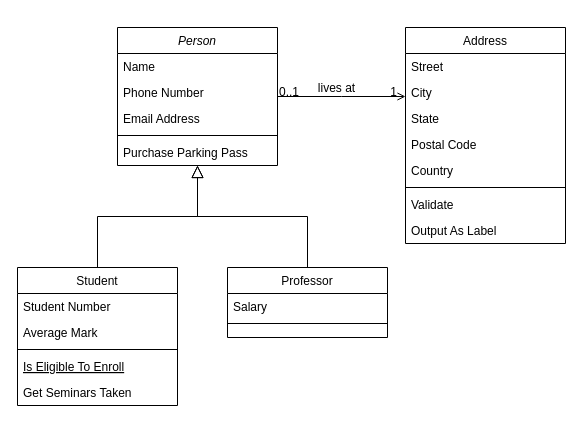
Before: mmo_rpg_site.drawio in Scykorr/mmorpg_site, a draw.io diagram. Source tidied: cells renumbered, new cells numbered last; positions are measured from the earlier drawing's top-left corner, leaving out a move shared by most shapes. Both pictures are drawn from the tidied source at 100%, with x=0, y=0 at pixel (17, 27).
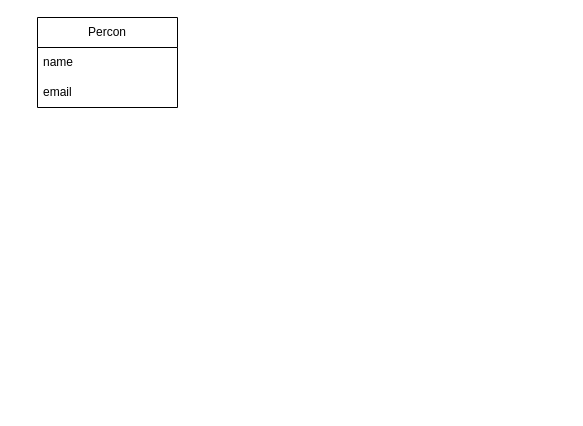
Above is the later version.

Change to the diagram source:
```diff
@@
-    <mxCell id="2" value="Person" style="swimlane;fontStyle=2;align=center;verticalAlign=top;horizontal=1;startSize=26;rounded=0;shadow=0;strokeWidth=1;" parent="1" vertex="1">
-      <mxGeometry x="100" width="160" height="138" as="geometry" />
-    </mxCell>
-    <mxCell id="3" value="Name" style="text;align=left;verticalAlign=top;spacingLeft=4;spacingRight=4;overflow=hidden;" parent="2" vertex="1">
-      <mxGeometry y="26" width="160" height="26" as="geometry" />
-    </mxCell>
-    <mxCell id="4" value="Phone Number" style="text;align=left;verticalAlign=top;spacingLeft=4;spacingRight=4;overflow=hidden;rounded=0;shadow=0;html=0;" parent="2" vertex="1">
-      <mxGeometry y="52" width="160" height="26" as="geometry" />
-    </mxCell>
-    <mxCell id="5" value="Email Address" style="text;align=left;verticalAlign=top;spacingLeft=4;spacingRight=4;overflow=hidden;rounded=0;shadow=0;html=0;" parent="2" vertex="1">
-      <mxGeometry y="78" width="160" height="26" as="geometry" />
-    </mxCell>
-    <mxCell id="6" style="line;html=1;strokeWidth=1;align=left;verticalAlign=middle;spacingTop=-1;spacingLeft=3;spacingRight=3;labelPosition=right;" parent="2" vertex="1">
-      <mxGeometry y="104" width="160" height="8" as="geometry" />
-    </mxCell>
-    <mxCell id="7" value="Purchase Parking Pass" style="text;align=left;verticalAlign=top;spacingLeft=4;spacingRight=4;overflow=hidden;" parent="2" vertex="1">
-      <mxGeometry y="112" width="160" height="26" as="geometry" />
-    </mxCell>
-    <mxCell id="8" value="Student" style="swimlane;fontStyle=0;align=center;verticalAlign=top;horizontal=1;startSize=26;rounded=0;shadow=0;strokeWidth=1;" parent="1" vertex="1">
-      <mxGeometry y="240" width="160" height="138" as="geometry" />
-    </mxCell>
-    <mxCell id="9" value="Student Number" style="text;align=left;verticalAlign=top;spacingLeft=4;spacingRight=4;overflow=hidden;" parent="8" vertex="1">
-      <mxGeometry y="26" width="160" height="26" as="geometry" />
-    </mxCell>
-    <mxCell id="10" value="Average Mark" style="text;align=left;verticalAlign=top;spacingLeft=4;spacingRight=4;overflow=hidden;rounded=0;shadow=0;html=0;" parent="8" vertex="1">
-      <mxGeometry y="52" width="160" height="26" as="geometry" />
-    </mxCell>
-    <mxCell id="11" style="line;html=1;strokeWidth=1;align=left;verticalAlign=middle;spacingTop=-1;spacingLeft=3;spacingRight=3;labelPosition=right;" parent="8" vertex="1">
-      <mxGeometry y="78" width="160" height="8" as="geometry" />
-    </mxCell>
-    <mxCell id="12" value="Is Eligible To Enroll" style="text;align=left;verticalAlign=top;spacingLeft=4;spacingRight=4;overflow=hidden;fontStyle=4;" parent="8" vertex="1">
-      <mxGeometry y="86" width="160" height="26" as="geometry" />
-    </mxCell>
-    <mxCell id="13" value="Get Seminars Taken" style="text;align=left;verticalAlign=top;spacingLeft=4;spacingRight=4;overflow=hidden;" parent="8" vertex="1">
-      <mxGeometry y="112" width="160" height="26" as="geometry" />
-    </mxCell>
-    <mxCell id="14" style="endArrow=block;endSize=10;endFill=0;shadow=0;strokeWidth=1;rounded=0;edgeStyle=elbowEdgeStyle;elbow=vertical;" parent="1" edge="1" source="8" target="2">
-      <mxGeometry relative="1" as="geometry" />
-    </mxCell>
-    <mxCell id="15" value="Professor" style="swimlane;fontStyle=0;align=center;verticalAlign=top;horizontal=1;startSize=26;rounded=0;shadow=0;strokeWidth=1;" parent="1" vertex="1">
-      <mxGeometry x="210" y="240" width="160" height="70" as="geometry" />
-    </mxCell>
-    <mxCell id="16" value="Salary" style="text;align=left;verticalAlign=top;spacingLeft=4;spacingRight=4;overflow=hidden;" parent="15" vertex="1">
-      <mxGeometry y="26" width="160" height="26" as="geometry" />
-    </mxCell>
-    <mxCell id="17" style="line;html=1;strokeWidth=1;align=left;verticalAlign=middle;spacingTop=-1;spacingLeft=3;spacingRight=3;labelPosition=right;" parent="15" vertex="1">
-      <mxGeometry y="52" width="160" height="8" as="geometry" />
-    </mxCell>
-    <mxCell id="18" style="endArrow=block;endSize=10;endFill=0;shadow=0;strokeWidth=1;rounded=0;edgeStyle=elbowEdgeStyle;elbow=vertical;" parent="1" edge="1" source="15" target="2">
-      <mxGeometry relative="1" as="geometry" />
-    </mxCell>
-    <mxCell id="19" value="Address" style="swimlane;fontStyle=0;align=center;verticalAlign=top;horizontal=1;startSize=26;rounded=0;shadow=0;strokeWidth=1;" parent="1" vertex="1">
-      <mxGeometry x="388" width="160" height="216" as="geometry" />
-    </mxCell>
-    <mxCell id="20" value="Street" style="text;align=left;verticalAlign=top;spacingLeft=4;spacingRight=4;overflow=hidden;" parent="19" vertex="1">
-      <mxGeometry y="26" width="160" height="26" as="geometry" />
-    </mxCell>
-    <mxCell id="21" value="City" style="text;align=left;verticalAlign=top;spacingLeft=4;spacingRight=4;overflow=hidden;rounded=0;shadow=0;html=0;" parent="19" vertex="1">
-      <mxGeometry y="52" width="160" height="26" as="geometry" />
-    </mxCell>
-    <mxCell id="22" value="State" style="text;align=left;verticalAlign=top;spacingLeft=4;spacingRight=4;overflow=hidden;rounded=0;shadow=0;html=0;" parent="19" vertex="1">
-      <mxGeometry y="78" width="160" height="26" as="geometry" />
-    </mxCell>
-    <mxCell id="23" value="Postal Code" style="text;align=left;verticalAlign=top;spacingLeft=4;spacingRight=4;overflow=hidden;rounded=0;shadow=0;html=0;" parent="19" vertex="1">
-      <mxGeometry y="104" width="160" height="26" as="geometry" />
-    </mxCell>
-    <mxCell id="24" value="Country" style="text;align=left;verticalAlign=top;spacingLeft=4;spacingRight=4;overflow=hidden;rounded=0;shadow=0;html=0;" parent="19" vertex="1">
-      <mxGeometry y="130" width="160" height="26" as="geometry" />
-    </mxCell>
-    <mxCell id="25" style="line;html=1;strokeWidth=1;align=left;verticalAlign=middle;spacingTop=-1;spacingLeft=3;spacingRight=3;labelPosition=right;" parent="19" vertex="1">
-      <mxGeometry y="156" width="160" height="8" as="geometry" />
-    </mxCell>
-    <mxCell id="26" value="Validate" style="text;align=left;verticalAlign=top;spacingLeft=4;spacingRight=4;overflow=hidden;" parent="19" vertex="1">
-      <mxGeometry y="164" width="160" height="26" as="geometry" />
-    </mxCell>
-    <mxCell id="27" value="Output As Label" style="text;align=left;verticalAlign=top;spacingLeft=4;spacingRight=4;overflow=hidden;" parent="19" vertex="1">
-      <mxGeometry y="190" width="160" height="26" as="geometry" />
-    </mxCell>
-    <mxCell id="28" style="endArrow=open;shadow=0;strokeWidth=1;rounded=0;endFill=1;edgeStyle=elbowEdgeStyle;elbow=vertical;" parent="1" edge="1" source="2" target="19">
-      <mxGeometry x="0.5" y="41" relative="1" as="geometry">
-        <mxPoint x="-40" y="32" as="offset" />
-      </mxGeometry>
-    </mxCell>
-    <mxCell id="29" value="0..1" style="align=left;verticalAlign=bottom;labelBackgroundColor=none;fontSize=12;" parent="28" vertex="1">
-      <mxGeometry x="-1" relative="1" as="geometry">
-        <mxPoint y="4" as="offset" />
-      </mxGeometry>
-    </mxCell>
-    <mxCell id="30" value="1" style="align=right;verticalAlign=bottom;labelBackgroundColor=none;fontSize=12;" parent="28" vertex="1">
-      <mxGeometry x="1" relative="1" as="geometry">
-        <mxPoint x="-7" y="4" as="offset" />
-      </mxGeometry>
-    </mxCell>
-    <mxCell id="31" value="lives at" style="text;html=1;align=center;verticalAlign=middle;labelBackgroundColor=none;rounded=0;shadow=0;strokeWidth=1;fontSize=12;" parent="28" vertex="1">
-      <mxGeometry x="0.5" y="49" relative="1" as="geometry">
-        <mxPoint x="-38" y="40" as="offset" />
-      </mxGeometry>
-    </mxCell>
+    <mxCell id="32" value="Percon" style="swimlane;fontStyle=0;horizontal=1;startSize=30;whiteSpace=wrap;html=1;" parent="1" vertex="1">
+      <mxGeometry x="20" y="-10" width="140" height="90" as="geometry" />
+    </mxCell>
+    <mxCell id="33" value="name" style="text;strokeColor=none;fillColor=none;align=left;verticalAlign=middle;spacingLeft=4;spacingRight=4;overflow=hidden;whiteSpace=wrap;html=1;" parent="32" vertex="1">
+      <mxGeometry y="30" width="140" height="30" as="geometry" />
+    </mxCell>
+    <mxCell id="34" value="email" style="text;strokeColor=none;fillColor=none;align=left;verticalAlign=middle;spacingLeft=4;spacingRight=4;overflow=hidden;whiteSpace=wrap;html=1;" parent="32" vertex="1">
+      <mxGeometry y="60" width="140" height="30" as="geometry" />
+    </mxCell>
```
